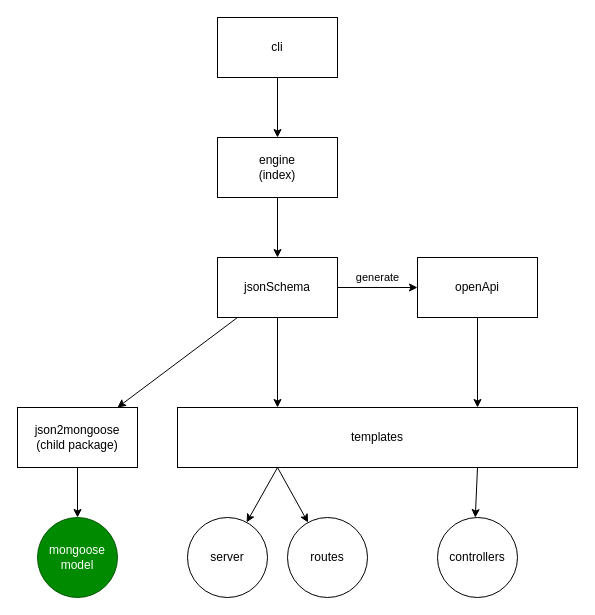
Justin26l/VeryExpress keeps this draw.io diagram as plan/appstructure.drawio. Above is the earlier version. Source tidied: cells renumbered, new cells numbered last; positions are measured from the earlier drawing's top-left corner, leaving out a move shared by most shapes. Both pictures are drawn from the tidied source at 100%, with x=0, y=0 at pixel (17, 17).
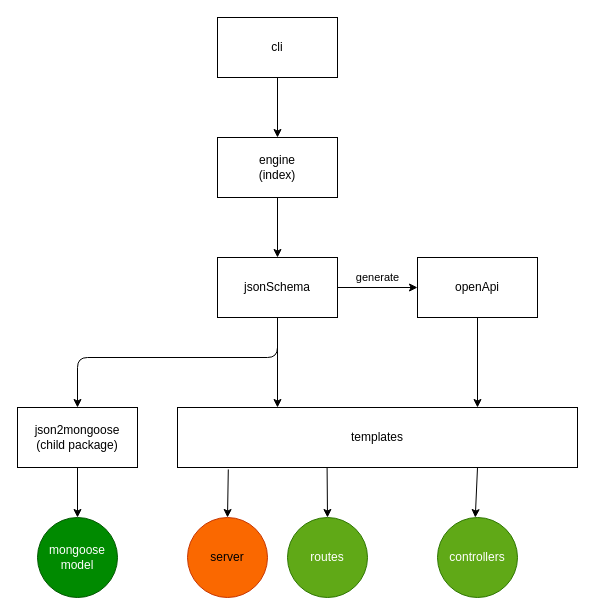
The same page after the edit.

Unchanged cells that the change refers to:
```xml
<mxCell id="7" value="json2mongoose&lt;br&gt;(child package)" style="rounded=0;whiteSpace=wrap;html=1;" parent="1" vertex="1">
  <mxGeometry y="390" width="120" height="60" as="geometry" />
</mxCell>
<mxCell id="11" value="jsonSchema" style="rounded=0;whiteSpace=wrap;html=1;" parent="1" vertex="1">
  <mxGeometry x="200" y="240" width="120" height="60" as="geometry" />
</mxCell>
<mxCell id="17" value="templates" style="rounded=0;whiteSpace=wrap;html=1;" parent="1" vertex="1">
  <mxGeometry x="160" y="390" width="400" height="60" as="geometry" />
</mxCell>
```

Diff of the diagram source:
```diff
@@
     <mxCell id="10" style="edgeStyle=none;html=1;" parent="1" edge="1" source="11" target="7">
-      <mxGeometry relative="1" as="geometry" />
+      <mxGeometry relative="1" as="geometry">
+        <Array as="points">
+          <mxPoint x="260" y="340" />
+          <mxPoint x="60" y="340" />
+        </Array>
+      </mxGeometry>
     </mxCell>
@@
-    <mxCell id="14" style="edgeStyle=none;html=1;exitX=0.25;exitY=1;exitDx=0;exitDy=0;" parent="1" edge="1" source="17" target="19">
+    <mxCell id="14" style="edgeStyle=none;html=1;exitX=0.127;exitY=1.032;exitDx=0;exitDy=0;exitPerimeter=0;" parent="1" edge="1" source="17" target="19">
       <mxGeometry relative="1" as="geometry" />
     </mxCell>
+    <mxCell id="16" style="edgeStyle=none;html=1;exitX=0.75;exitY=1;exitDx=0;exitDy=0;" parent="1" edge="1" source="17" target="21">
+      <mxGeometry relative="1" as="geometry" />
+    </mxCell>
-    <mxCell id="15" style="edgeStyle=none;html=1;exitX=0.25;exitY=1;exitDx=0;exitDy=0;" parent="1" edge="1" source="17" target="20">
+    <mxCell id="15" style="edgeStyle=none;html=1;exitX=0.374;exitY=1.005;exitDx=0;exitDy=0;exitPerimeter=0;" parent="1" edge="1" source="17" target="20">
       <mxGeometry relative="1" as="geometry" />
     </mxCell>
-    <mxCell id="16" style="edgeStyle=none;html=1;exitX=0.75;exitY=1;exitDx=0;exitDy=0;" parent="1" edge="1" source="17" target="21">
-      <mxGeometry relative="1" as="geometry" />
-    </mxCell>
@@
-    <mxCell id="19" value="server" style="ellipse;whiteSpace=wrap;html=1;rounded=0;" parent="1" vertex="1">
+    <mxCell id="19" value="server" style="ellipse;whiteSpace=wrap;html=1;rounded=0;fillColor=#fa6800;fontColor=#000000;strokeColor=#C73500;" parent="1" vertex="1">
       <mxGeometry x="170" y="500" width="80" height="80" as="geometry" />
     </mxCell>
-    <mxCell id="20" value="routes" style="ellipse;whiteSpace=wrap;html=1;rounded=0;" parent="1" vertex="1">
+    <mxCell id="20" value="routes" style="ellipse;whiteSpace=wrap;html=1;rounded=0;fillColor=#60a917;fontColor=#ffffff;strokeColor=#2D7600;" parent="1" vertex="1">
       <mxGeometry x="270" y="500" width="80" height="80" as="geometry" />
     </mxCell>
-    <mxCell id="21" value="controllers" style="ellipse;whiteSpace=wrap;html=1;rounded=0;" parent="1" vertex="1">
+    <mxCell id="21" value="controllers" style="ellipse;whiteSpace=wrap;html=1;rounded=0;fillColor=#60a917;fontColor=#ffffff;strokeColor=#2D7600;" parent="1" vertex="1">
       <mxGeometry x="420" y="500" width="80" height="80" as="geometry" />
     </mxCell>
```
